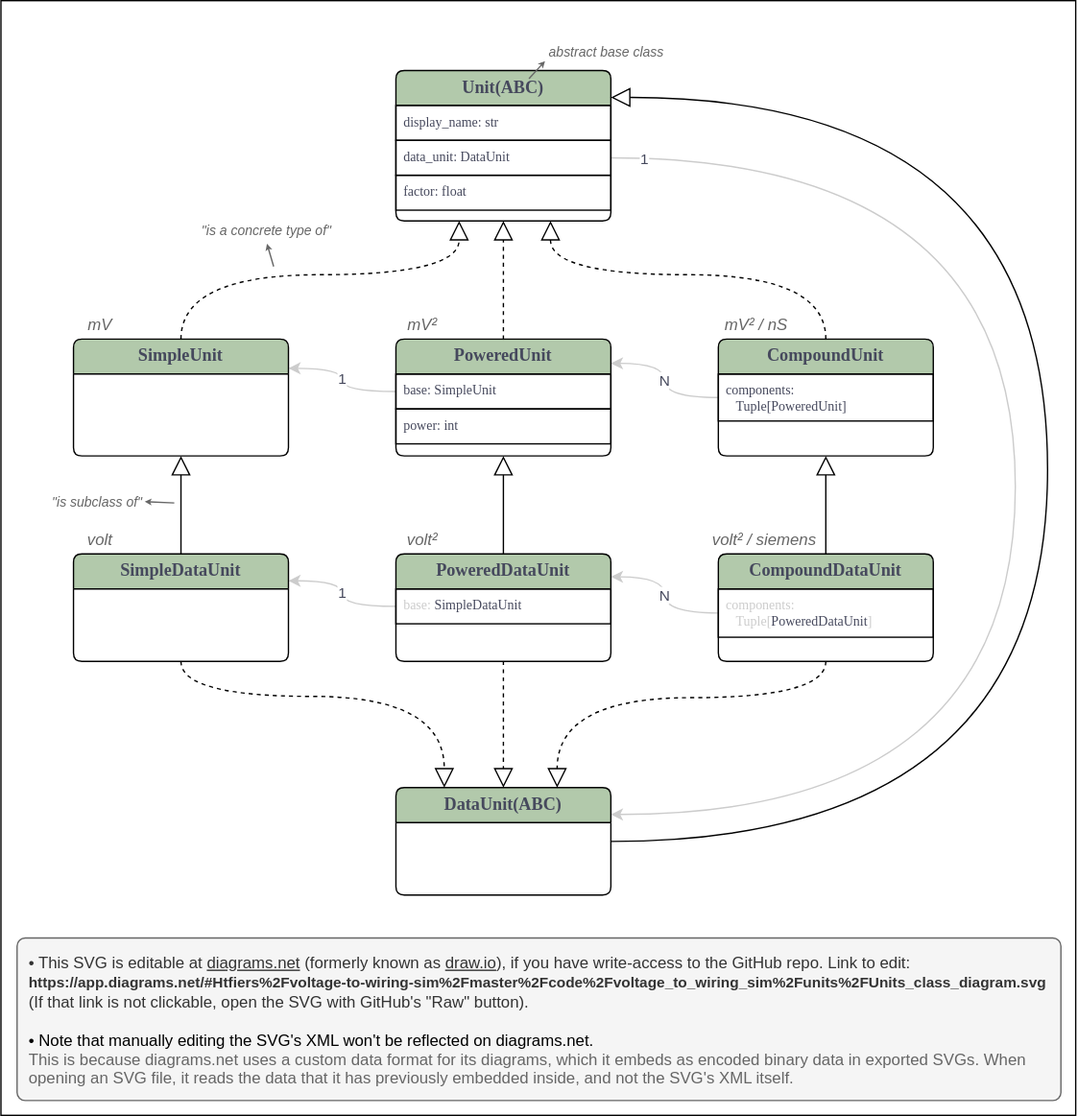
Above: code/voltage_to_wiring_sim/units/Units_class_diagram.svg in tfiers/phd (draw.io), before the change. Source tidied: cells renumbered, new cells last; positions are measured from the earlier drawing's top-left corner, leaving out a move shared by most shapes.
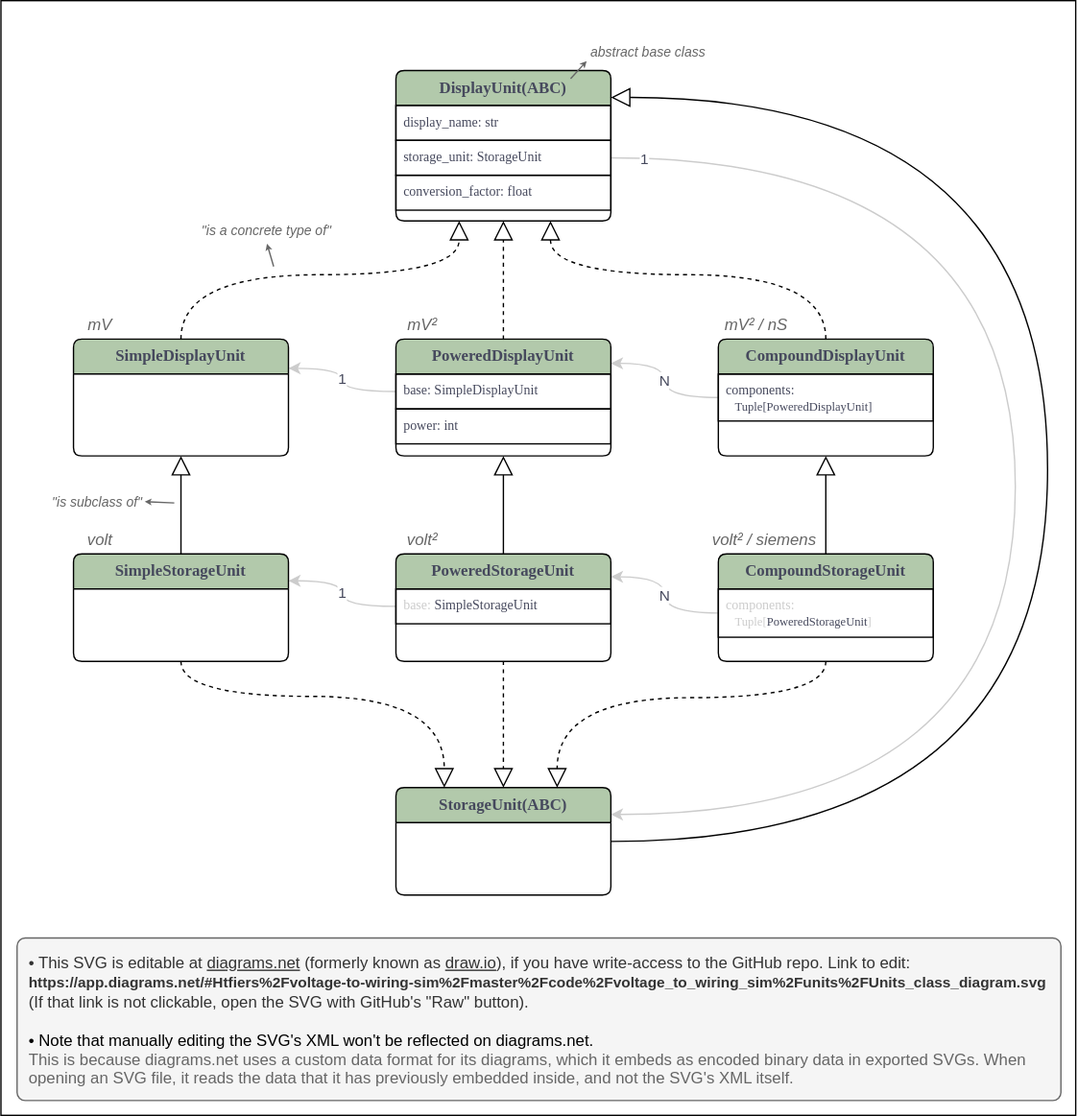
The same file after the commit.

Commit message:
class_diagram: Unit → DisplayUnit, Data → Storage

The edit, as a diff of the source:
```diff
@@ -132,59 +132,61 @@
     <mxCell id="29" value="1" style="endArrow=none;html=1;exitX=1;exitY=0.25;exitDx=0;exitDy=0;fontColor=#46495D;startArrow=classic;startFill=1;edgeStyle=orthogonalEdgeStyle;curved=1;strokeColor=#CCCCCC;" parent="1" edge="1" source="30" target="36">
       <mxGeometry relative="1" as="geometry" />
     </mxCell>
-    <mxCell id="30" value="SimpleUnit" style="swimlane;fontStyle=1;align=center;verticalAlign=top;horizontal=1;startSize=26;shadow=0;strokeWidth=1;spacing=0;fillColor=#B2C9AB;strokeColor=#000000;fontColor=#46495D;rounded=1;arcSize=8;spacingTop=0;fontFamily=Lucida Console;fontSize=13;" parent="1" vertex="1">
+    <mxCell id="30" value="SimpleDisplayUnit" style="swimlane;fontStyle=1;align=center;verticalAlign=top;horizontal=1;startSize=26;shadow=0;strokeWidth=1;spacing=0;fillColor=#B2C9AB;strokeColor=#000000;fontColor=#46495D;rounded=1;arcSize=8;spacingTop=1;fontFamily=Lucida Console;fontSize=12;glass=0;sketch=0;" parent="1" vertex="1">
       <mxGeometry x="54" y="252" width="160" height="87" as="geometry" />
     </mxCell>
-    <mxCell id="31" value="Unit(ABC)" style="swimlane;fontStyle=1;align=center;verticalAlign=top;horizontal=1;startSize=26;shadow=0;strokeWidth=1;spacing=0;fillColor=#B2C9AB;strokeColor=#000000;fontColor=#46495D;rounded=1;arcSize=8;spacingTop=0;fontFamily=Lucida Console;fontSize=13;" parent="1" vertex="1">
+    <mxCell id="31" value="DisplayUnit(ABC)" style="swimlane;fontStyle=1;align=center;verticalAlign=top;horizontal=1;startSize=26;shadow=0;strokeWidth=1;spacing=0;fillColor=#B2C9AB;strokeColor=#000000;fontColor=#46495D;rounded=1;arcSize=8;spacingTop=1;fontFamily=Lucida Console;fontSize=12;glass=0;sketch=0;" parent="1" vertex="1">
       <mxGeometry x="294" y="52" width="160" height="112" as="geometry" />
     </mxCell>
     <mxCell id="32" value="display_name: str" style="text;fillColor=none;align=left;verticalAlign=top;spacingLeft=4;spacingRight=4;overflow=hidden;fontColor=#46495D;rounded=0;fontFamily=Lucida Console;strokeColor=#000000;fontSize=10;horizontal=1;" parent="31" vertex="1">
       <mxGeometry y="26" width="160" height="26" as="geometry" />
     </mxCell>
-    <mxCell id="33" value="data_unit: DataUnit" style="text;fillColor=none;align=left;verticalAlign=top;spacingLeft=4;spacingRight=4;overflow=hidden;points=[[0,0.5],[1,0.5]];portConstraint=eastwest;fontColor=#46495D;rounded=0;fontFamily=Lucida Console;strokeColor=#000000;fontSize=10;" parent="31" vertex="1">
+    <mxCell id="33" value="storage_unit: StorageUnit" style="text;fillColor=none;align=left;verticalAlign=top;spacingLeft=4;spacingRight=4;overflow=hidden;points=[[0,0.5],[1,0.5]];portConstraint=eastwest;fontColor=#46495D;rounded=0;fontFamily=Lucida Console;strokeColor=#000000;fontSize=10;" parent="31" vertex="1">
       <mxGeometry y="52" width="160" height="26" as="geometry" />
     </mxCell>
-    <mxCell id="34" value="factor: float" style="text;fillColor=none;align=left;verticalAlign=top;spacingLeft=4;spacingRight=4;overflow=hidden;fontColor=#46495D;rounded=0;fontFamily=Lucida Console;fontSize=10;strokeColor=#000000;" parent="31" vertex="1">
+    <mxCell id="34" value="conversion_factor: float" style="text;fillColor=none;align=left;verticalAlign=top;spacingLeft=4;spacingRight=4;overflow=hidden;fontColor=#46495D;rounded=0;fontFamily=Lucida Console;fontSize=10;strokeColor=#000000;" parent="31" vertex="1">
       <mxGeometry y="78" width="160" height="26" as="geometry" />
     </mxCell>
-    <mxCell id="35" value="PoweredUnit" style="swimlane;fontStyle=1;align=center;verticalAlign=top;horizontal=1;startSize=26;shadow=0;strokeWidth=1;spacing=0;fillColor=#B2C9AB;strokeColor=#000000;fontColor=#46495D;rounded=1;arcSize=8;spacingTop=0;fontFamily=Lucida Console;fontSize=13;sketch=0;glass=0;" parent="1" vertex="1">
+    <mxCell id="35" value="PoweredDisplayUnit" style="swimlane;fontStyle=1;align=center;verticalAlign=top;horizontal=1;startSize=26;shadow=0;strokeWidth=1;spacing=0;fillColor=#B2C9AB;strokeColor=#000000;fontColor=#46495D;rounded=1;arcSize=8;spacingTop=1;fontFamily=Lucida Console;fontSize=12;sketch=0;glass=0;" parent="1" vertex="1">
       <mxGeometry x="294" y="252" width="160" height="87" as="geometry" />
     </mxCell>
-    <mxCell id="36" value="base: SimpleUnit" style="text;fillColor=none;align=left;verticalAlign=top;spacingLeft=4;spacingRight=4;overflow=hidden;points=[[0,0.5],[1,0.5]];portConstraint=eastwest;fontColor=#46495D;rounded=0;fontFamily=Lucida Console;strokeColor=#000000;fontSize=10;" parent="35" vertex="1">
+    <mxCell id="36" value="base: SimpleDisplayUnit" style="text;fillColor=none;align=left;verticalAlign=top;spacingLeft=4;spacingRight=4;overflow=hidden;points=[[0,0.5],[1,0.5]];portConstraint=eastwest;fontColor=#46495D;rounded=0;fontFamily=Lucida Console;strokeColor=#000000;fontSize=10;" parent="35" vertex="1">
       <mxGeometry y="26" width="160" height="26" as="geometry" />
     </mxCell>
     <mxCell id="37" value="power: int" style="text;fillColor=none;align=left;verticalAlign=top;spacingLeft=4;spacingRight=4;overflow=hidden;rounded=0;fontSize=10;fontColor=#46495D;fontFamily=Lucida Console;strokeColor=#000000;" parent="35" vertex="1">
       <mxGeometry y="52" width="160" height="26" as="geometry" />
     </mxCell>
-    <mxCell id="38" value="PoweredDataUnit" style="swimlane;fontStyle=1;align=center;verticalAlign=top;horizontal=1;startSize=26;shadow=0;strokeWidth=1;spacing=0;fillColor=#B2C9AB;strokeColor=#000000;fontColor=#46495D;rounded=1;arcSize=8;spacingTop=0;fontFamily=Lucida Console;fontSize=13;" parent="1" vertex="1">
+    <mxCell id="38" value="PoweredStorageUnit" style="swimlane;fontStyle=1;align=center;verticalAlign=top;horizontal=1;startSize=26;shadow=0;strokeWidth=1;spacing=0;fillColor=#B2C9AB;strokeColor=#000000;fontColor=#46495D;rounded=1;arcSize=8;spacingTop=1;fontFamily=Lucida Console;fontSize=12;glass=0;sketch=0;" parent="1" vertex="1">
       <mxGeometry x="294" y="412" width="160" height="80" as="geometry" />
     </mxCell>
-    <mxCell id="39" value="&lt;font color=&quot;#cccccc&quot;&gt;base:&lt;/font&gt; SimpleDataUnit" style="text;fillColor=none;align=left;verticalAlign=top;spacingLeft=4;spacingRight=4;overflow=hidden;points=[[0,0.5],[1,0.5]];portConstraint=eastwest;rounded=0;fontFamily=Lucida Console;fontColor=#46495D;strokeColor=#000000;fontSize=10;html=1;" parent="38" vertex="1">
+    <mxCell id="39" value="&lt;font color=&quot;#cccccc&quot;&gt;base:&lt;/font&gt; SimpleStorageUnit" style="text;fillColor=none;align=left;verticalAlign=top;spacingLeft=4;spacingRight=4;overflow=hidden;points=[[0,0.5],[1,0.5]];portConstraint=eastwest;rounded=0;fontFamily=Lucida Console;fontColor=#46495D;strokeColor=#000000;fontSize=10;html=1;" parent="38" vertex="1">
       <mxGeometry y="26" width="160" height="26" as="geometry" />
     </mxCell>
-    <mxCell id="40" value="SimpleDataUnit" style="swimlane;fontStyle=1;align=center;verticalAlign=top;horizontal=1;startSize=26;shadow=0;strokeWidth=1;spacing=0;fillColor=#B2C9AB;strokeColor=#000000;fontColor=#46495D;rounded=1;arcSize=8;spacingTop=0;fontFamily=Lucida Console;fontSize=13;" parent="1" vertex="1">
+    <mxCell id="40" value="SimpleStorageUnit" style="swimlane;fontStyle=1;align=center;verticalAlign=top;horizontal=1;startSize=26;shadow=0;strokeWidth=1;spacing=0;fillColor=#B2C9AB;strokeColor=#000000;fontColor=#46495D;rounded=1;arcSize=8;spacingTop=1;fontFamily=Lucida Console;fontSize=12;glass=0;sketch=0;" parent="1" vertex="1">
       <mxGeometry x="54" y="412" width="160" height="80" as="geometry" />
     </mxCell>
-    <mxCell id="41" value="CompoundDataUnit" style="swimlane;fontStyle=1;align=center;verticalAlign=top;horizontal=1;startSize=26;shadow=0;strokeWidth=1;spacing=0;fillColor=#B2C9AB;strokeColor=#000000;fontColor=#46495D;rounded=1;arcSize=8;spacingTop=0;fontFamily=Lucida Console;fontSize=13;" parent="1" vertex="1">
+    <mxCell id="41" value="CompoundStorageUnit" style="swimlane;fontStyle=1;align=center;verticalAlign=top;horizontal=1;startSize=26;shadow=0;strokeWidth=1;spacing=0;fillColor=#B2C9AB;strokeColor=#000000;fontColor=#46495D;rounded=1;arcSize=8;spacingTop=1;fontFamily=Lucida Console;fontSize=12;glass=0;sketch=0;" parent="1" vertex="1">
       <mxGeometry x="534" y="412" width="160" height="80" as="geometry" />
     </mxCell>
-    <mxCell id="42" value="components:&lt;br&gt;&amp;nbsp; &amp;nbsp;Tuple[&lt;font color=&quot;#46495d&quot;&gt;PoweredDataUnit&lt;/font&gt;]" style="text;fillColor=none;align=left;verticalAlign=top;spacingLeft=4;spacingRight=4;overflow=hidden;points=[[0,0.5],[1,0.5]];portConstraint=eastwest;rounded=0;fontSize=10;fontFamily=Lucida Console;strokeColor=#000000;fontColor=#CCCCCC;html=1;" parent="41" vertex="1">
+    <mxCell id="42" value="components:&lt;br&gt;&lt;font style=&quot;font-size: 9px&quot;&gt;&amp;nbsp; &amp;nbsp;Tuple[&lt;font color=&quot;#46495d&quot; style=&quot;font-size: 9px&quot;&gt;PoweredStorageUnit&lt;/font&gt;]&lt;/font&gt;" style="text;fillColor=none;align=left;verticalAlign=top;spacingLeft=4;spacingRight=4;overflow=hidden;points=[[0,0.5],[1,0.5]];portConstraint=eastwest;rounded=0;fontSize=10;fontFamily=Lucida Console;strokeColor=#000000;fontColor=#CCCCCC;html=1;" parent="41" vertex="1">
       <mxGeometry y="26" width="160" height="36" as="geometry" />
     </mxCell>
-    <mxCell id="43" value="CompoundUnit" style="swimlane;fontStyle=1;align=center;verticalAlign=top;horizontal=1;startSize=26;shadow=0;strokeWidth=1;spacing=0;fillColor=#B2C9AB;strokeColor=#000000;fontColor=#46495D;rounded=1;arcSize=8;spacingTop=0;fontFamily=Lucida Console;fontSize=13;" parent="1" vertex="1">
+    <mxCell id="43" value="CompoundDisplayUnit" style="swimlane;fontStyle=1;align=center;verticalAlign=top;horizontal=1;startSize=26;shadow=0;strokeWidth=1;spacing=0;fillColor=#B2C9AB;strokeColor=#000000;fontColor=#46495D;rounded=1;arcSize=8;spacingTop=1;fontFamily=Lucida Console;fontSize=12;glass=0;sketch=0;" parent="1" vertex="1">
       <mxGeometry x="534" y="252" width="160" height="87" as="geometry" />
     </mxCell>
-    <mxCell id="44" value="components:&#10;   Tuple[PoweredUnit]" style="text;fillColor=none;align=left;verticalAlign=top;spacingLeft=4;spacingRight=4;overflow=hidden;points=[[0,0.5],[1,0.5]];portConstraint=eastwest;rounded=0;fontColor=#46495D;fontFamily=Lucida Console;strokeColor=#000000;fontSize=10;" parent="43" vertex="1">
+    <mxCell id="44" value="components:&lt;br&gt;&lt;font style=&quot;font-size: 9px&quot;&gt;&amp;nbsp; &amp;nbsp;Tuple[PoweredDisplayUnit]&lt;/font&gt;" style="text;fillColor=none;align=left;verticalAlign=top;spacingLeft=4;spacingRight=4;overflow=hidden;points=[[0,0.5],[1,0.5]];portConstraint=eastwest;rounded=0;fontColor=#46495D;fontFamily=Lucida Console;strokeColor=#000000;fontSize=10;html=1;" parent="43" vertex="1">
       <mxGeometry y="26" width="160" height="35" as="geometry" />
     </mxCell>
-    <mxCell id="45" value="DataUnit(ABC)" style="swimlane;fontStyle=1;align=center;verticalAlign=top;horizontal=1;startSize=26;shadow=0;strokeWidth=1;spacing=0;fillColor=#B2C9AB;fontColor=#46495D;rounded=1;arcSize=8;spacingTop=0;fontFamily=Lucida Console;fontSize=13;" parent="1" vertex="1">
+    <mxCell id="45" value="StorageUnit(ABC)" style="swimlane;fontStyle=1;align=center;verticalAlign=top;horizontal=1;startSize=26;shadow=0;strokeWidth=1;spacing=0;fillColor=#B2C9AB;fontColor=#46495D;rounded=1;arcSize=8;spacingTop=1;fontFamily=Lucida Console;fontSize=12;glass=0;sketch=0;" parent="1" vertex="1">
       <mxGeometry x="294" y="586" width="160" height="80" as="geometry" />
     </mxCell>
     <mxCell id="46" value="abstract base class" style="text;html=1;strokeColor=none;fillColor=none;align=center;verticalAlign=middle;whiteSpace=wrap;rounded=0;fontSize=10;fontColor=#666666;fontStyle=2;" parent="1" vertex="1">
-      <mxGeometry x="405" y="31" width="92" height="14" as="geometry" />
+      <mxGeometry x="436" y="31" width="92" height="14" as="geometry" />
     </mxCell>
-    <mxCell id="47" style="endArrow=classic;html=1;labelBackgroundColor=#F5F5F5;fontSize=10;entryX=0;entryY=1;entryDx=0;entryDy=0;fontColor=#666666;endFill=1;endSize=2;strokeColor=#666666;exitX=0.619;exitY=0.054;exitDx=0;exitDy=0;exitPerimeter=0;" parent="1" edge="1" source="31" target="46">
-      <mxGeometry relative="1" as="geometry" />
+    <mxCell id="47" style="endArrow=classic;html=1;labelBackgroundColor=#F5F5F5;fontSize=10;entryX=0;entryY=1;entryDx=0;entryDy=0;fontColor=#666666;endFill=1;endSize=2;strokeColor=#666666;exitX=0.619;exitY=0.054;exitDx=0;exitDy=0;exitPerimeter=0;" parent="1" edge="1" target="46">
+      <mxGeometry relative="1" as="geometry">
+        <mxPoint x="424" y="58" as="sourcePoint" />
+      </mxGeometry>
     </mxCell>
   </root>
 </mxGraphModel>
```
